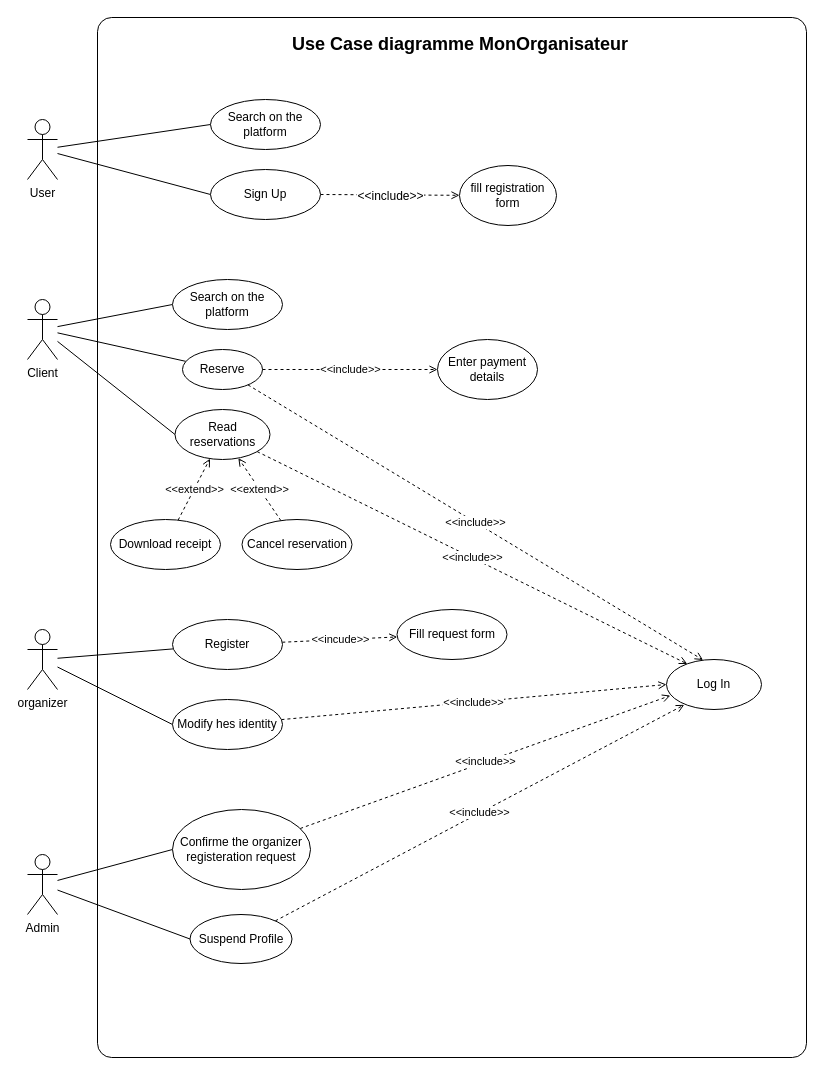
Before: UML/Use_Case.drawio in daalimouhcine/Mon_Organisateur, a draw.io diagram. Source tidied: cells renumbered, new cells numbered last; positions are measured from the earlier drawing's top-left corner, leaving out a move shared by most shapes. Both pictures are drawn from the tidied source at 100%, with x=0, y=0 at pixel (27, 17).
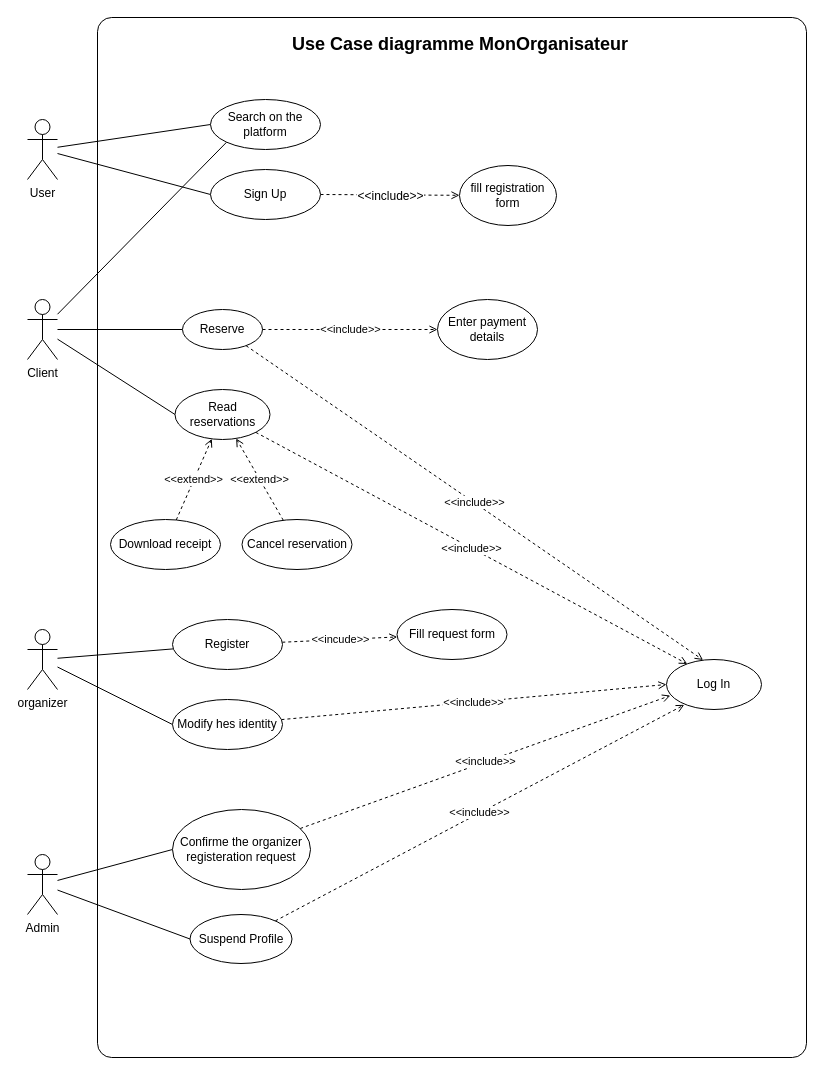
After the change.

Unchanged cells that the change refers to:
```xml
<mxCell id="6" value="Client" style="shape=umlActor;verticalLabelPosition=bottom;verticalAlign=top;html=1;outlineConnect=0;" parent="1" vertex="1">
  <mxGeometry y="282" width="30" height="60" as="geometry" />
</mxCell>
<mxCell id="39" value="Search on the platform" style="ellipse;whiteSpace=wrap;html=1;" parent="1" vertex="1">
  <mxGeometry x="183" y="82" width="110" height="50" as="geometry" />
</mxCell>
```

Change to the diagram source:
```diff
@@
-    <mxCell id="5" style="edgeStyle=none;rounded=0;jettySize=auto;html=1;entryX=0;entryY=0.5;entryDx=0;entryDy=0;endArrow=none;endFill=0;" parent="1" edge="1" source="6" target="37">
+    <mxCell id="5" style="edgeStyle=none;rounded=0;jettySize=auto;html=1;entryX=0;entryY=1;entryDx=0;entryDy=0;endArrow=none;endFill=0;" parent="1" edge="1" source="6" target="39">
       <mxGeometry relative="1" as="geometry" />
     </mxCell>
@@
     <mxCell id="17" value="Reserve" style="ellipse;whiteSpace=wrap;html=1;" parent="1" vertex="1">
-      <mxGeometry x="155" y="332" width="80" height="40" as="geometry" />
+      <mxGeometry x="155" y="292" width="80" height="40" as="geometry" />
     </mxCell>
@@
     <mxCell id="19" value="Read reservations" style="ellipse;whiteSpace=wrap;html=1;" parent="1" vertex="1">
-      <mxGeometry x="147.5" y="392" width="95" height="50" as="geometry" />
+      <mxGeometry x="147.5" y="372" width="95" height="50" as="geometry" />
     </mxCell>
@@
     <mxCell id="25" value="Enter payment details" style="ellipse;whiteSpace=wrap;html=1;" parent="1" vertex="1">
-      <mxGeometry x="410" y="322" width="100" height="60" as="geometry" />
+      <mxGeometry x="410" y="282" width="100" height="60" as="geometry" />
     </mxCell>
@@
-    <mxCell id="37" value="Search on the platform" style="ellipse;whiteSpace=wrap;html=1;" parent="1" vertex="1">
-      <mxGeometry x="145" y="262" width="110" height="50" as="geometry" />
-    </mxCell>
```
